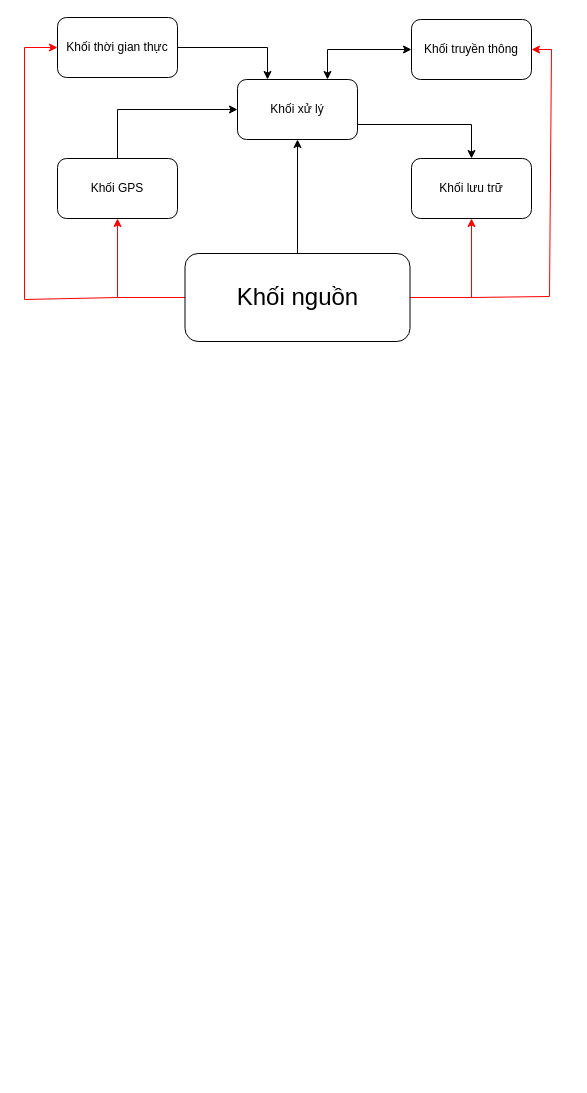
Above: Pj1.drawio in Dotis26/Pj1 (draw.io), before the change. Source tidied: cells renumbered, new cells numbered last; positions are measured from the earlier drawing's top-left corner, leaving out a move shared by most shapes. Both pictures are drawn from the tidied source at 100%, with x=0, y=0 at pixel (24, 17).
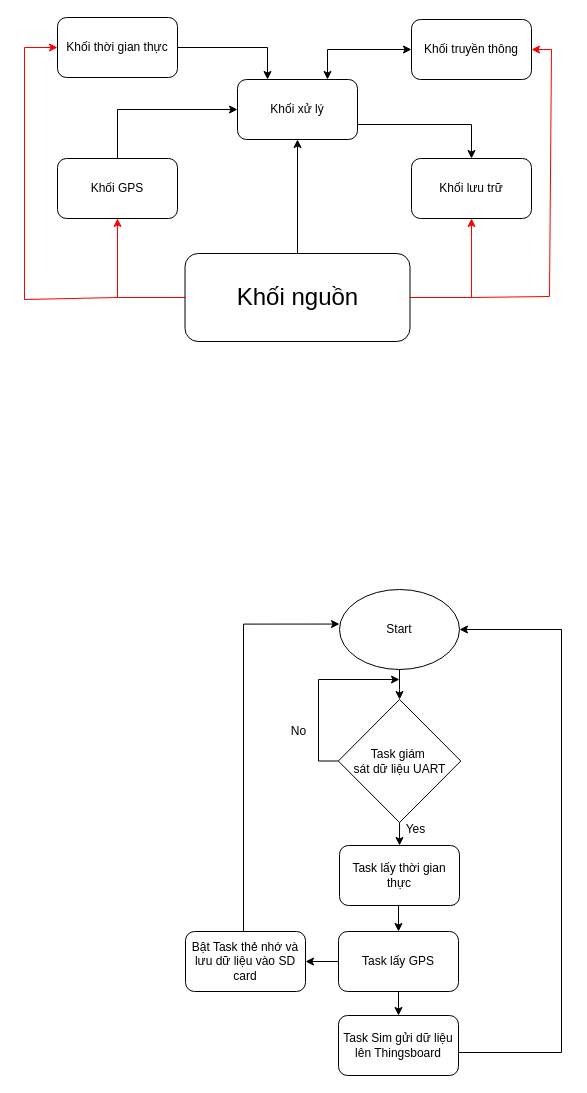
After the change.

Commit message:
Cập nhật Pj1.drawio

What changed in the source:
```diff
@@
+    <mxCell id="17" style="edgeStyle=orthogonalEdgeStyle;rounded=0;jettySize=auto;html=1;exitX=0.5;exitY=1;exitDx=0;exitDy=0;" parent="1" edge="1" source="18" target="21">
+      <mxGeometry relative="1" as="geometry" />
+    </mxCell>
+    <mxCell id="18" value="Start" style="ellipse;whiteSpace=wrap;html=1;" parent="1" vertex="1">
+      <mxGeometry x="315" y="572" width="120" height="80" as="geometry" />
+    </mxCell>
+    <mxCell id="19" style="edgeStyle=orthogonalEdgeStyle;rounded=0;jettySize=auto;html=1;" parent="1" edge="1" source="21">
+      <mxGeometry relative="1" as="geometry">
+        <mxPoint x="375" y="662" as="targetPoint" />
+        <Array as="points">
+          <mxPoint x="294" y="744" />
+          <mxPoint x="294" y="662" />
+        </Array>
+      </mxGeometry>
+    </mxCell>
+    <mxCell id="20" style="edgeStyle=orthogonalEdgeStyle;rounded=0;jettySize=auto;html=1;exitX=0.5;exitY=1;exitDx=0;exitDy=0;entryX=0.5;entryY=0;entryDx=0;entryDy=0;" parent="1" edge="1" source="21" target="23">
+      <mxGeometry relative="1" as="geometry" />
+    </mxCell>
+    <mxCell id="21" value="Task giám&amp;nbsp;&lt;div&gt;sát dữ liệu UART&lt;/div&gt;" style="rhombus;whiteSpace=wrap;html=1;" parent="1" vertex="1">
+      <mxGeometry x="313.8" y="682" width="122.5" height="123" as="geometry" />
+    </mxCell>
+    <mxCell id="22" style="edgeStyle=orthogonalEdgeStyle;rounded=0;jettySize=auto;html=1;exitX=0.5;exitY=1;exitDx=0;exitDy=0;entryX=0.5;entryY=0;entryDx=0;entryDy=0;" parent="1" edge="1" source="23" target="26">
+      <mxGeometry relative="1" as="geometry" />
+    </mxCell>
+    <mxCell id="23" value="Task lấy thời gian thực" style="rounded=1;whiteSpace=wrap;html=1;" parent="1" vertex="1">
+      <mxGeometry x="315" y="828" width="120" height="60" as="geometry" />
+    </mxCell>
+    <mxCell id="24" style="edgeStyle=orthogonalEdgeStyle;rounded=0;jettySize=auto;html=1;exitX=0;exitY=0.5;exitDx=0;exitDy=0;entryX=1;entryY=0.5;entryDx=0;entryDy=0;" parent="1" edge="1" source="26" target="28">
+      <mxGeometry relative="1" as="geometry" />
+    </mxCell>
+    <mxCell id="25" style="edgeStyle=orthogonalEdgeStyle;rounded=0;jettySize=auto;html=1;exitX=0.5;exitY=1;exitDx=0;exitDy=0;entryX=0.5;entryY=0;entryDx=0;entryDy=0;" parent="1" edge="1" source="26" target="30">
+      <mxGeometry relative="1" as="geometry" />
+    </mxCell>
+    <mxCell id="26" value="Task lấy GPS" style="rounded=1;whiteSpace=wrap;html=1;" parent="1" vertex="1">
+      <mxGeometry x="314" y="914" width="120" height="60" as="geometry" />
+    </mxCell>
+    <mxCell id="27" style="edgeStyle=orthogonalEdgeStyle;rounded=0;jettySize=auto;html=1;entryX=0;entryY=0.432;entryDx=0;entryDy=0;entryPerimeter=0;" parent="1" edge="1" source="28" target="18">
+      <mxGeometry relative="1" as="geometry">
+        <Array as="points">
+          <mxPoint x="219" y="607" />
+        </Array>
+      </mxGeometry>
+    </mxCell>
+    <mxCell id="28" value="Bật Task thẻ nhớ và lưu dữ liệu vào SD card" style="rounded=1;whiteSpace=wrap;html=1;" parent="1" vertex="1">
+      <mxGeometry x="161" y="914" width="120" height="60" as="geometry" />
+    </mxCell>
+    <mxCell id="29" style="edgeStyle=orthogonalEdgeStyle;rounded=0;jettySize=auto;html=1;entryX=1;entryY=0.5;entryDx=0;entryDy=0;exitX=1;exitY=0.5;exitDx=0;exitDy=0;" parent="1" edge="1" source="30" target="18">
+      <mxGeometry relative="1" as="geometry">
+        <Array as="points">
+          <mxPoint x="426" y="1035" />
+          <mxPoint x="537" y="1035" />
+          <mxPoint x="537" y="612" />
+        </Array>
+      </mxGeometry>
+    </mxCell>
+    <mxCell id="30" value="Task Sim gửi dữ liệu lên Thingsboard" style="rounded=1;whiteSpace=wrap;html=1;" parent="1" vertex="1">
+      <mxGeometry x="314" y="998" width="120" height="60" as="geometry" />
+    </mxCell>
+    <mxCell id="31" value="Yes" style="text;html=1;align=center;verticalAlign=middle;strokeColor=none;fillColor=none;" parent="1" vertex="1">
+      <mxGeometry x="372" y="799" width="38" height="26" as="geometry" />
+    </mxCell>
+    <mxCell id="32" value="No" style="text;html=1;align=center;verticalAlign=middle;strokeColor=none;fillColor=none;" parent="1" vertex="1">
+      <mxGeometry x="257" y="701" width="33" height="26" as="geometry" />
+    </mxCell>
```
